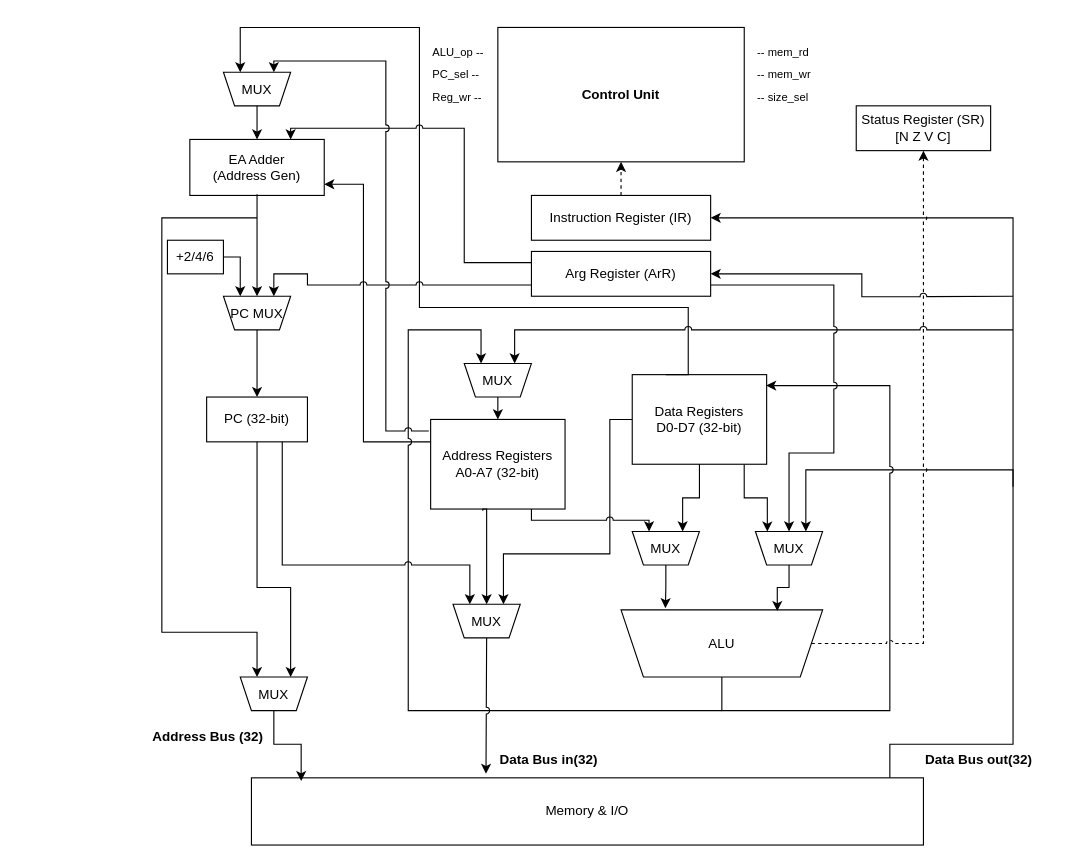
Dmitry-Kuzmin456/ak_lab3_scheme keeps this draw.io diagram as ak_lab_3_5_new_2.drawio. Above is the earlier version. Source tidied: cells renumbered, new cells numbered last; positions are measured from the earlier drawing's top-left corner, leaving out a move shared by most shapes. Both pictures are drawn from the tidied source at 112%, with x=0, y=0 at pixel (150, 27).
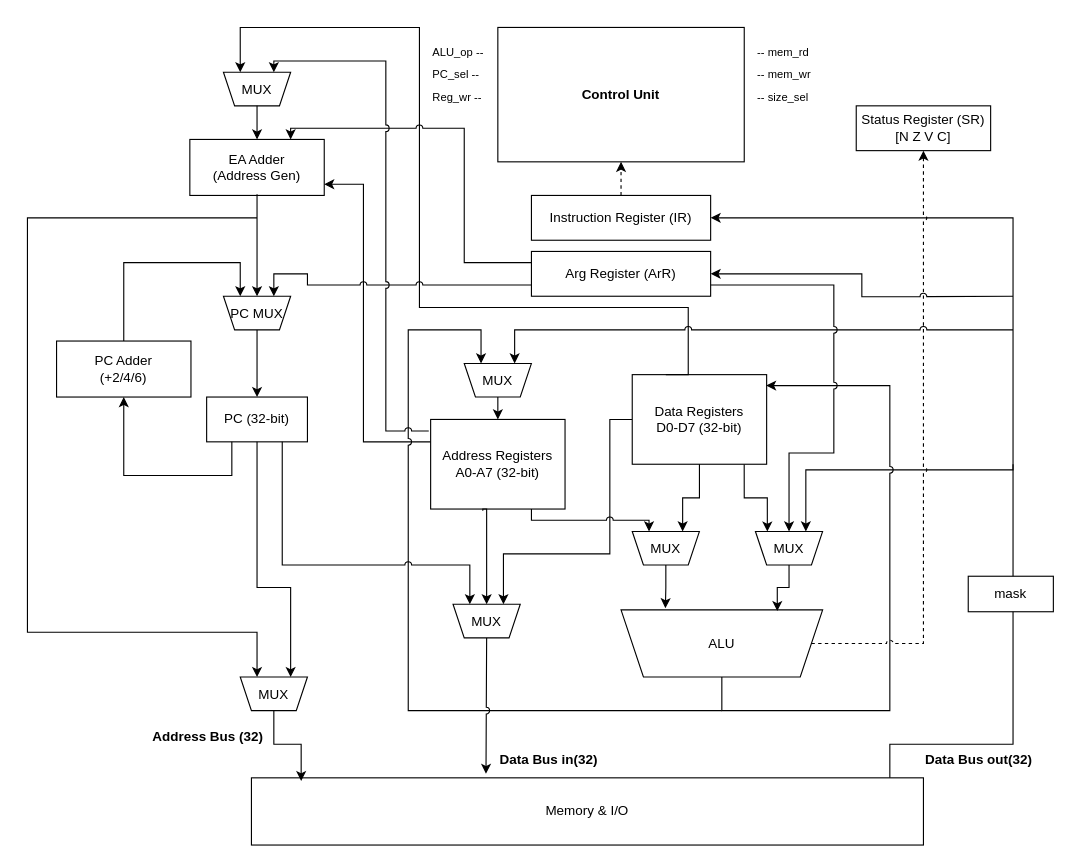
The same diagram, later.

The change refers to these unchanged cells:
```xml
<mxCell id="12" value="PC (32-bit)" style="rounded=0;whiteSpace=wrap;html=1;" parent="1" vertex="1">
  <mxGeometry x="50" y="330" width="90" height="40" as="geometry" />
</mxCell>
<mxCell id="18" value="MUX" style="shape=trapezoid;perimeter=trapezoidPerimeter;fixedSize=1;size=10;direction=west;" parent="1" vertex="1">
  <mxGeometry x="540" y="450" width="60" height="30" as="geometry" />
</mxCell>
<mxCell id="41" value="PC MUX" style="shape=trapezoid;perimeter=trapezoidPerimeter;fixedSize=1;size=10;direction=west;" parent="1" vertex="1">
  <mxGeometry x="65" y="240" width="60" height="30" as="geometry" />
</mxCell>
<mxCell id="42" value="MUX" style="shape=trapezoid;perimeter=trapezoidPerimeter;fixedSize=1;size=10;direction=west;" parent="1" vertex="1">
  <mxGeometry x="80" y="580" width="60" height="30" as="geometry" />
</mxCell>
```

The edit, as a diff of the source:
```diff
@@
-    <mxCell id="11" value="+2/4/6" style="rounded=0;whiteSpace=wrap;html=1;" parent="1" vertex="1">
-      <mxGeometry x="15" y="190" width="50" height="30" as="geometry" />
-    </mxCell>
@@
-    <mxCell id="21" style="edgeStyle=orthogonalEdgeStyle;rounded=0;html=1;exitX=1;exitY=0.5;entryX=0.75;entryY=1;entryDx=0;entryDy=0;exitDx=0;exitDy=0;" parent="1" edge="1" source="11" target="41">
-      <mxGeometry relative="1" as="geometry" />
+    <mxCell id="21" style="edgeStyle=orthogonalEdgeStyle;rounded=0;html=1;entryX=0.75;entryY=1;entryDx=0;entryDy=0;exitX=0.5;exitY=0;exitDx=0;exitDy=0;" parent="1" edge="1" source="60" target="41">
+      <mxGeometry relative="1" as="geometry">
+        <Array as="points">
+          <mxPoint x="-24" y="210" />
+          <mxPoint x="80" y="210" />
+        </Array>
+      </mxGeometry>
     </mxCell>
@@
     <mxCell id="25" style="edgeStyle=orthogonalEdgeStyle;rounded=0;html=1;entryX=0.75;entryY=1;strokeWidth=1;entryDx=0;entryDy=0;jumpStyle=arc;" parent="1" edge="1" target="42">
       <mxGeometry relative="1" as="geometry">
         <mxPoint x="95" y="170" as="sourcePoint" />
         <Array as="points">
-          <mxPoint x="10" y="170" />
-          <mxPoint x="10" y="540" />
+          <mxPoint x="-110" y="170" />
+          <mxPoint x="-110" y="540" />
           <mxPoint x="95" y="540" />
         </Array>
       </mxGeometry>
     </mxCell>
@@
     <mxCell id="30" style="edgeStyle=orthogonalEdgeStyle;rounded=0;html=1;strokeWidth=1;entryX=0.25;entryY=1;entryDx=0;entryDy=0;" parent="1" edge="1" target="18">
       <mxGeometry relative="1" as="geometry">
-        <mxPoint x="770" y="410" as="sourcePoint" />
+        <mxPoint x="770" y="390" as="sourcePoint" />
         <Array as="points">
           <mxPoint x="770" y="395" />
           <mxPoint x="585" y="395" />
         </Array>
       </mxGeometry>
     </mxCell>
@@
+    <mxCell id="60" value="PC Adder&lt;div&gt;(+2/4/6)&lt;/div&gt;" style="rounded=0;whiteSpace=wrap;html=1;" parent="1" vertex="1">
+      <mxGeometry x="-84" y="280" width="120" height="50" as="geometry" />
+    </mxCell>
+    <mxCell id="61" style="edgeStyle=orthogonalEdgeStyle;rounded=0;html=1;exitX=0.25;exitY=1;exitDx=0;exitDy=0;entryX=0.5;entryY=1;entryDx=0;entryDy=0;" parent="1" edge="1" source="12" target="60">
+      <mxGeometry relative="1" as="geometry">
+        <Array as="points">
+          <mxPoint x="73" y="400" />
+          <mxPoint x="-24" y="400" />
+        </Array>
+      </mxGeometry>
+    </mxCell>
+    <mxCell id="62" value="mask" style="rounded=0;whiteSpace=wrap;html=1;" parent="1" vertex="1">
+      <mxGeometry x="730" y="490" width="76" height="31.7" as="geometry" />
+    </mxCell>
```
